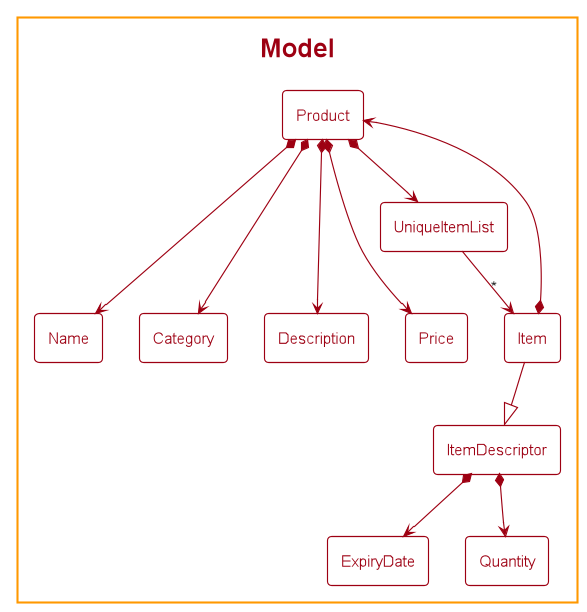
nus-cs2103-AY2122S2/tp keeps this PlantUML diagram as docs/images/DetailedModelClassDiagram.png. Above is the earlier version. The source it was exported from:
```plantuml
@startuml
!include style.puml

$OverrideTheme(MODEL_COLOR)

package Model {
    class Product
    class Name
    class Category
    class Description
    class Price

    class UniqueItemList
    class Item
    class ItemDescriptor
    class ExpiryDate
    class Quantity
}

Product *---> Name
Product *---> Category
Product *---> Description
Product *---> Price
Product *--> UniqueItemList

UniqueItemList --> "*" Item

Item *--> Product
Item --|> ItemDescriptor

ItemDescriptor *--> ExpiryDate
ItemDescriptor *--> Quantity

@enduml
```
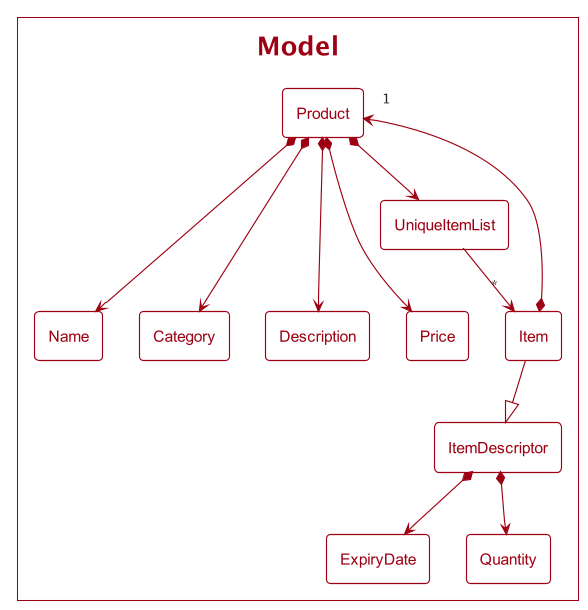
Later version of the same file.

Diff of the diagram source:
```diff
@@ -1,20 +1,20 @@
 @startuml
-!include style.puml
+!include Style.puml
 
 $OverrideTheme(MODEL_COLOR)
 
-package Model {
-    class Product
-    class Name
-    class Category
-    class Description
-    class Price
+package Model as Model<<Model>> {
+    class Product<<Model>>
+    class Name<<Model>>
+    class Category<<Model>>
+    class Description<<Model>>
+    class Price<<Model>>
 
-    class UniqueItemList
-    class Item
-    class ItemDescriptor
-    class ExpiryDate
-    class Quantity
+    class UniqueItemList<<Model>>
+    class Item<<Model>>
+    class ItemDescriptor<<Model>>
+    class ExpiryDate<<Model>>
+    class Quantity<<Model>>
 }
 
 Product *---> Name
@@ -25,7 +25,7 @@
 
 UniqueItemList --> "*" Item
 
-Item *--> Product
+Item *--> "1" Product
 Item --|> ItemDescriptor
 
 ItemDescriptor *--> ExpiryDate
```
